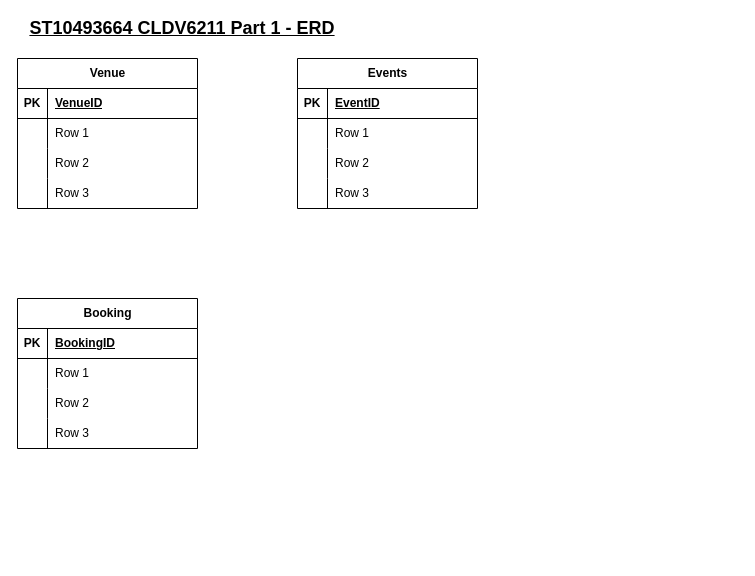
The draw.io diagram Part 1/ERD/ST10493664 CLDV6211 Part 1 - ERD.drawio in reabetswef/ST10493664-CLDV6211-POE, before the edit. Source tidied: cells renumbered, new cells numbered last; positions are measured from the earlier drawing's top-left corner, leaving out a move shared by most shapes. Both pictures are drawn from the tidied source at 100%, with x=0, y=0 at pixel (17, 18).
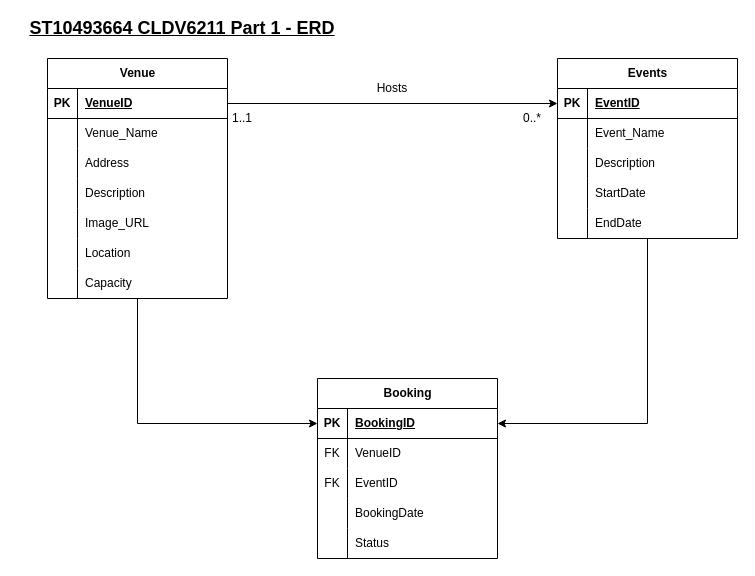
The same page after the edit.

Commit message:
Updated ERD Diagram

Unchanged cells that the change refers to:
```xml
<mxCell id="3" style="shape=tableRow;horizontal=0;startSize=0;swimlaneHead=0;swimlaneBody=0;fillColor=none;points=[[0,0.5],[1,0.5]];portConstraint=eastwest;top=0;left=0;right=0;bottom=1;" parent="2" vertex="1">
  <mxGeometry y="30" width="180" height="30" as="geometry" />
</mxCell>
<mxCell id="6" style="shape=tableRow;horizontal=0;startSize=0;swimlaneHead=0;swimlaneBody=0;fillColor=none;top=0;left=0;right=0;bottom=0;" parent="2" vertex="1">
  <mxGeometry y="60" width="180" height="30" as="geometry" />
</mxCell>
<mxCell id="9" style="shape=tableRow;horizontal=0;startSize=0;swimlaneHead=0;swimlaneBody=0;fillColor=none;top=0;left=0;right=0;bottom=0;" parent="2" vertex="1">
  <mxGeometry y="90" width="180" height="30" as="geometry" />
</mxCell>
<mxCell id="12" style="shape=tableRow;horizontal=0;startSize=0;swimlaneHead=0;swimlaneBody=0;fillColor=none;top=0;left=0;right=0;bottom=0;" parent="2" vertex="1">
  <mxGeometry y="120" width="180" height="30" as="geometry" />
</mxCell>
<mxCell id="16" style="shape=tableRow;horizontal=0;startSize=0;swimlaneHead=0;swimlaneBody=0;fillColor=none;points=[[0,0.5],[1,0.5]];portConstraint=eastwest;top=0;left=0;right=0;bottom=1;" parent="15" vertex="1">
  <mxGeometry y="30" width="180" height="30" as="geometry" />
</mxCell>
<mxCell id="19" style="shape=tableRow;horizontal=0;startSize=0;swimlaneHead=0;swimlaneBody=0;fillColor=none;top=0;left=0;right=0;bottom=0;" parent="15" vertex="1">
  <mxGeometry y="60" width="180" height="30" as="geometry" />
</mxCell>
<mxCell id="22" style="shape=tableRow;horizontal=0;startSize=0;swimlaneHead=0;swimlaneBody=0;fillColor=none;top=0;left=0;right=0;bottom=0;" parent="15" vertex="1">
  <mxGeometry y="90" width="180" height="30" as="geometry" />
</mxCell>
<mxCell id="25" style="shape=tableRow;horizontal=0;startSize=0;swimlaneHead=0;swimlaneBody=0;fillColor=none;top=0;left=0;right=0;bottom=0;" parent="15" vertex="1">
  <mxGeometry y="120" width="180" height="30" as="geometry" />
</mxCell>
<mxCell id="29" style="shape=tableRow;horizontal=0;startSize=0;swimlaneHead=0;swimlaneBody=0;fillColor=none;points=[[0,0.5],[1,0.5]];portConstraint=eastwest;top=0;left=0;right=0;bottom=1;" parent="28" vertex="1">
  <mxGeometry y="30" width="180" height="30" as="geometry" />
</mxCell>
<mxCell id="32" style="shape=tableRow;horizontal=0;startSize=0;swimlaneHead=0;swimlaneBody=0;fillColor=none;top=0;left=0;right=0;bottom=0;" parent="28" vertex="1">
  <mxGeometry y="60" width="180" height="30" as="geometry" />
</mxCell>
<mxCell id="35" style="shape=tableRow;horizontal=0;startSize=0;swimlaneHead=0;swimlaneBody=0;fillColor=none;top=0;left=0;right=0;bottom=0;" parent="28" vertex="1">
  <mxGeometry y="90" width="180" height="30" as="geometry" />
</mxCell>
<mxCell id="38" style="shape=tableRow;horizontal=0;startSize=0;swimlaneHead=0;swimlaneBody=0;fillColor=none;top=0;left=0;right=0;bottom=0;" parent="28" vertex="1">
  <mxGeometry y="120" width="180" height="30" as="geometry" />
</mxCell>
```

Diff of the diagram source:
```diff
@@
     <mxCell id="2" value="Venue" style="shape=table;startSize=30;childLayout=tableLayout;rowLines=0;fontStyle=1;align=center;html=1;" parent="1" vertex="1">
-      <mxGeometry y="40" width="180" height="150" as="geometry" />
+      <mxGeometry x="30" y="40" width="180" height="240" as="geometry" />
     </mxCell>
@@
-    <mxCell id="8" value="Row 1" style="shape=partialRectangle;fillColor=none;top=0;left=0;bottom=0;right=0;align=left;spacingLeft=6;overflow=hidden;whiteSpace=wrap;html=1;" parent="6" vertex="1">
+    <mxCell id="8" value="Venue_Name" style="shape=partialRectangle;fillColor=none;top=0;left=0;bottom=0;right=0;align=left;spacingLeft=6;overflow=hidden;whiteSpace=wrap;html=1;" parent="6" vertex="1">
       <mxGeometry x="30" width="150" height="30" as="geometry" />
     </mxCell>
@@
-    <mxCell id="11" value="Row 2" style="shape=partialRectangle;fillColor=none;top=0;left=0;bottom=0;right=0;align=left;spacingLeft=6;overflow=hidden;whiteSpace=wrap;html=1;" parent="9" vertex="1">
+    <mxCell id="11" value="Address" style="shape=partialRectangle;fillColor=none;top=0;left=0;bottom=0;right=0;align=left;spacingLeft=6;overflow=hidden;whiteSpace=wrap;html=1;" parent="9" vertex="1">
       <mxGeometry x="30" width="150" height="30" as="geometry" />
     </mxCell>
@@
-    <mxCell id="14" value="Row 3" style="shape=partialRectangle;fillColor=none;top=0;left=0;bottom=0;right=0;align=left;spacingLeft=6;overflow=hidden;whiteSpace=wrap;html=1;" parent="12" vertex="1">
+    <mxCell id="14" value="Description" style="shape=partialRectangle;fillColor=none;top=0;left=0;bottom=0;right=0;align=left;spacingLeft=6;overflow=hidden;whiteSpace=wrap;html=1;" parent="12" vertex="1">
       <mxGeometry x="30" width="150" height="30" as="geometry" />
     </mxCell>
+    <mxCell id="42" style="shape=tableRow;horizontal=0;startSize=0;swimlaneHead=0;swimlaneBody=0;fillColor=none;top=0;left=0;right=0;bottom=0;" parent="2" vertex="1">
+      <mxGeometry y="150" width="180" height="30" as="geometry" />
+    </mxCell>
+    <mxCell id="43" style="shape=partialRectangle;fillColor=none;top=0;left=0;bottom=0;right=0;overflow=hidden;whiteSpace=wrap;html=1;" parent="42" vertex="1">
+      <mxGeometry width="30" height="30" as="geometry" />
+    </mxCell>
+    <mxCell id="44" value="Image_URL" style="shape=partialRectangle;fillColor=none;top=0;left=0;bottom=0;right=0;align=left;spacingLeft=6;overflow=hidden;whiteSpace=wrap;html=1;" parent="42" vertex="1">
+      <mxGeometry x="30" width="150" height="30" as="geometry" />
+    </mxCell>
+    <mxCell id="45" style="shape=tableRow;horizontal=0;startSize=0;swimlaneHead=0;swimlaneBody=0;fillColor=none;top=0;left=0;right=0;bottom=0;" parent="2" vertex="1">
+      <mxGeometry y="180" width="180" height="30" as="geometry" />
+    </mxCell>
+    <mxCell id="46" style="shape=partialRectangle;fillColor=none;top=0;left=0;bottom=0;right=0;overflow=hidden;whiteSpace=wrap;html=1;" parent="45" vertex="1">
+      <mxGeometry width="30" height="30" as="geometry" />
+    </mxCell>
+    <mxCell id="47" value="Location" style="shape=partialRectangle;fillColor=none;top=0;left=0;bottom=0;right=0;align=left;spacingLeft=6;overflow=hidden;whiteSpace=wrap;html=1;" parent="45" vertex="1">
+      <mxGeometry x="30" width="150" height="30" as="geometry" />
+    </mxCell>
+    <mxCell id="48" style="shape=tableRow;horizontal=0;startSize=0;swimlaneHead=0;swimlaneBody=0;fillColor=none;points=[[0,0.5],[1,0.5]];portConstraint=eastwest;top=0;left=0;right=0;bottom=0;" parent="2" vertex="1">
+      <mxGeometry y="210" width="180" height="30" as="geometry" />
+    </mxCell>
+    <mxCell id="49" style="shape=partialRectangle;fillColor=none;top=0;left=0;bottom=0;right=0;overflow=hidden;whiteSpace=wrap;html=1;" parent="48" vertex="1">
+      <mxGeometry width="30" height="30" as="geometry" />
+    </mxCell>
+    <mxCell id="50" value="Capacity" style="shape=partialRectangle;fillColor=none;top=0;left=0;bottom=0;right=0;align=left;spacingLeft=6;overflow=hidden;whiteSpace=wrap;html=1;" parent="48" vertex="1">
+      <mxGeometry x="30" width="150" height="30" as="geometry" />
+    </mxCell>
     <mxCell id="15" value="Booking" style="shape=table;startSize=30;childLayout=tableLayout;rowLines=0;fontStyle=1;align=center;html=1;" parent="1" vertex="1">
-      <mxGeometry y="280" width="180" height="150" as="geometry" />
+      <mxGeometry x="300" y="360" width="180" height="180" as="geometry" />
     </mxCell>
@@
-    <mxCell id="20" style="shape=partialRectangle;fillColor=none;top=0;left=0;bottom=0;right=0;overflow=hidden;whiteSpace=wrap;html=1;" parent="19" vertex="1">
+    <mxCell id="20" value="FK" style="shape=partialRectangle;fillColor=none;top=0;left=0;bottom=0;right=0;overflow=hidden;whiteSpace=wrap;html=1;" parent="19" vertex="1">
       <mxGeometry width="30" height="30" as="geometry" />
     </mxCell>
-    <mxCell id="21" value="Row 1" style="shape=partialRectangle;fillColor=none;top=0;left=0;bottom=0;right=0;align=left;spacingLeft=6;overflow=hidden;whiteSpace=wrap;html=1;" parent="19" vertex="1">
+    <mxCell id="21" value="VenueID" style="shape=partialRectangle;fillColor=none;top=0;left=0;bottom=0;right=0;align=left;spacingLeft=6;overflow=hidden;whiteSpace=wrap;html=1;" parent="19" vertex="1">
       <mxGeometry x="30" width="150" height="30" as="geometry" />
     </mxCell>
@@
-    <mxCell id="23" style="shape=partialRectangle;fillColor=none;top=0;left=0;bottom=0;right=0;overflow=hidden;whiteSpace=wrap;html=1;" parent="22" vertex="1">
+    <mxCell id="23" value="FK" style="shape=partialRectangle;fillColor=none;top=0;left=0;bottom=0;right=0;overflow=hidden;whiteSpace=wrap;html=1;" parent="22" vertex="1">
       <mxGeometry width="30" height="30" as="geometry" />
     </mxCell>
-    <mxCell id="24" value="Row 2" style="shape=partialRectangle;fillColor=none;top=0;left=0;bottom=0;right=0;align=left;spacingLeft=6;overflow=hidden;whiteSpace=wrap;html=1;" parent="22" vertex="1">
+    <mxCell id="24" value="EventID" style="shape=partialRectangle;fillColor=none;top=0;left=0;bottom=0;right=0;align=left;spacingLeft=6;overflow=hidden;whiteSpace=wrap;html=1;" parent="22" vertex="1">
       <mxGeometry x="30" width="150" height="30" as="geometry" />
     </mxCell>
@@
-    <mxCell id="27" value="Row 3" style="shape=partialRectangle;fillColor=none;top=0;left=0;bottom=0;right=0;align=left;spacingLeft=6;overflow=hidden;whiteSpace=wrap;html=1;" parent="25" vertex="1">
+    <mxCell id="27" value="BookingDate" style="shape=partialRectangle;fillColor=none;top=0;left=0;bottom=0;right=0;align=left;spacingLeft=6;overflow=hidden;whiteSpace=wrap;html=1;" parent="25" vertex="1">
       <mxGeometry x="30" width="150" height="30" as="geometry" />
     </mxCell>
+    <mxCell id="51" style="shape=tableRow;horizontal=0;startSize=0;swimlaneHead=0;swimlaneBody=0;fillColor=none;top=0;left=0;right=0;bottom=0;" parent="15" vertex="1">
+      <mxGeometry y="150" width="180" height="30" as="geometry" />
+    </mxCell>
+    <mxCell id="52" style="shape=partialRectangle;fillColor=none;top=0;left=0;bottom=0;right=0;overflow=hidden;whiteSpace=wrap;html=1;" parent="51" vertex="1">
+      <mxGeometry width="30" height="30" as="geometry" />
+    </mxCell>
+    <mxCell id="53" value="Status" style="shape=partialRectangle;fillColor=none;top=0;left=0;bottom=0;right=0;align=left;spacingLeft=6;overflow=hidden;whiteSpace=wrap;html=1;" parent="51" vertex="1">
+      <mxGeometry x="30" width="150" height="30" as="geometry" />
+    </mxCell>
     <mxCell id="28" value="Events" style="shape=table;startSize=30;childLayout=tableLayout;rowLines=0;fontStyle=1;align=center;html=1;" parent="1" vertex="1">
-      <mxGeometry x="280" y="40" width="180" height="150" as="geometry" />
+      <mxGeometry x="540" y="40" width="180" height="180" as="geometry" />
     </mxCell>
@@
-    <mxCell id="34" value="Row 1" style="shape=partialRectangle;fillColor=none;top=0;left=0;bottom=0;right=0;align=left;spacingLeft=6;overflow=hidden;whiteSpace=wrap;html=1;" parent="32" vertex="1">
+    <mxCell id="34" value="Event_Name" style="shape=partialRectangle;fillColor=none;top=0;left=0;bottom=0;right=0;align=left;spacingLeft=6;overflow=hidden;whiteSpace=wrap;html=1;" parent="32" vertex="1">
       <mxGeometry x="30" width="150" height="30" as="geometry" />
     </mxCell>
@@
-    <mxCell id="37" value="Row 2" style="shape=partialRectangle;fillColor=none;top=0;left=0;bottom=0;right=0;align=left;spacingLeft=6;overflow=hidden;whiteSpace=wrap;html=1;" parent="35" vertex="1">
+    <mxCell id="37" value="Description" style="shape=partialRectangle;fillColor=none;top=0;left=0;bottom=0;right=0;align=left;spacingLeft=6;overflow=hidden;whiteSpace=wrap;html=1;" parent="35" vertex="1">
       <mxGeometry x="30" width="150" height="30" as="geometry" />
     </mxCell>
@@
-    <mxCell id="40" value="Row 3" style="shape=partialRectangle;fillColor=none;top=0;left=0;bottom=0;right=0;align=left;spacingLeft=6;overflow=hidden;whiteSpace=wrap;html=1;" parent="38" vertex="1">
+    <mxCell id="40" value="StartDate" style="shape=partialRectangle;fillColor=none;top=0;left=0;bottom=0;right=0;align=left;spacingLeft=6;overflow=hidden;whiteSpace=wrap;html=1;" parent="38" vertex="1">
       <mxGeometry x="30" width="150" height="30" as="geometry" />
     </mxCell>
+    <mxCell id="54" style="shape=tableRow;horizontal=0;startSize=0;swimlaneHead=0;swimlaneBody=0;fillColor=none;points=[[0,0.5],[1,0.5]];portConstraint=eastwest;top=0;left=0;right=0;bottom=0;" parent="28" vertex="1">
+      <mxGeometry y="150" width="180" height="30" as="geometry" />
+    </mxCell>
+    <mxCell id="55" style="shape=partialRectangle;fillColor=none;top=0;left=0;bottom=0;right=0;overflow=hidden;whiteSpace=wrap;html=1;" parent="54" vertex="1">
+      <mxGeometry width="30" height="30" as="geometry" />
+    </mxCell>
+    <mxCell id="56" value="EndDate" style="shape=partialRectangle;fillColor=none;top=0;left=0;bottom=0;right=0;align=left;spacingLeft=6;overflow=hidden;whiteSpace=wrap;html=1;" parent="54" vertex="1">
+      <mxGeometry x="30" width="150" height="30" as="geometry" />
+    </mxCell>
@@
+    <mxCell id="57" style="edgeStyle=orthogonalEdgeStyle;rounded=0;jettySize=auto;html=1;exitX=1;exitY=0.5;exitDx=0;exitDy=0;entryX=0;entryY=0.5;entryDx=0;entryDy=0;" parent="1" edge="1" source="3" target="29">
+      <mxGeometry relative="1" as="geometry" />
+    </mxCell>
+    <mxCell id="58" value="0..*" style="text;html=1;align=center;verticalAlign=middle;whiteSpace=wrap;rounded=0;" parent="1" vertex="1">
+      <mxGeometry x="500" y="90" width="30" height="20" as="geometry" />
+    </mxCell>
+    <mxCell id="59" value="1..1" style="text;html=1;align=center;verticalAlign=middle;whiteSpace=wrap;rounded=0;" parent="1" vertex="1">
+      <mxGeometry x="210" y="90" width="30" height="20" as="geometry" />
+    </mxCell>
+    <mxCell id="60" value="Hosts" style="text;html=1;align=center;verticalAlign=middle;whiteSpace=wrap;rounded=0;" parent="1" vertex="1">
+      <mxGeometry x="350" y="60" width="50" height="20" as="geometry" />
+    </mxCell>
+    <mxCell id="61" style="endArrow=classic;html=1;rounded=0;entryX=0;entryY=0.5;entryDx=0;entryDy=0;" parent="1" edge="1" source="48" target="16">
+      <mxGeometry relative="1" as="geometry">
+        <Array as="points">
+          <mxPoint x="120" y="405" />
+        </Array>
+      </mxGeometry>
+    </mxCell>
+    <mxCell id="62" style="endArrow=classic;html=1;rounded=0;entryX=1;entryY=0.5;entryDx=0;entryDy=0;" parent="1" edge="1" source="54" target="16">
+      <mxGeometry relative="1" as="geometry">
+        <Array as="points">
+          <mxPoint x="630" y="405" />
+        </Array>
+      </mxGeometry>
+    </mxCell>
```
